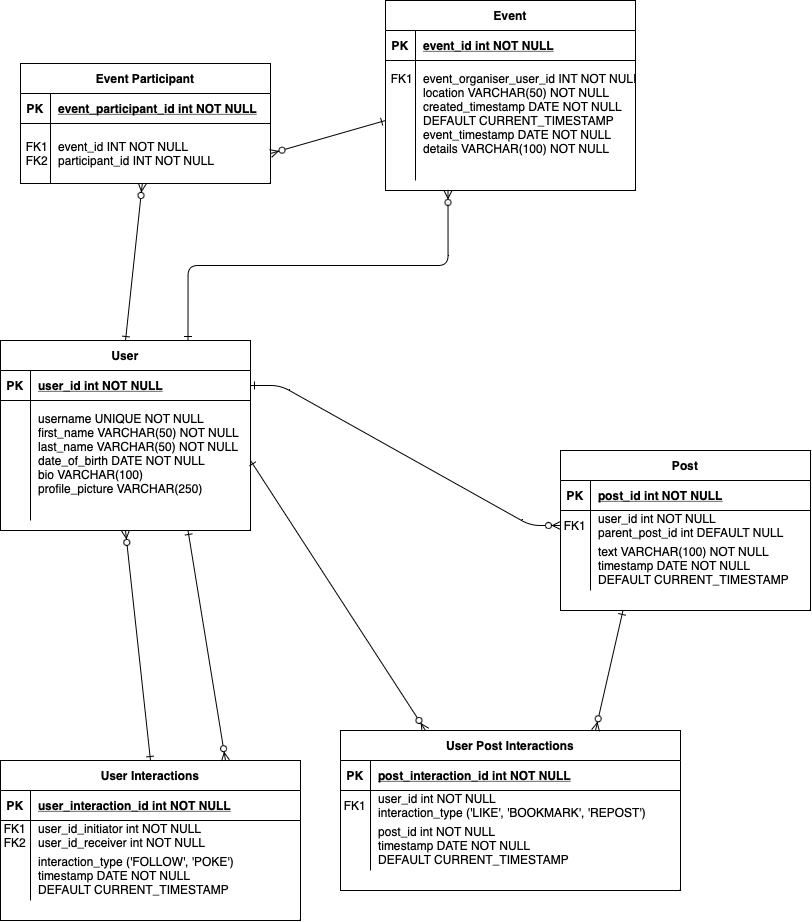
This is ERD NodeJS.png from andreihodoroaga/avengers-social-network, a draw.io export, as it was before one commit. Source tidied: cells renumbered, new cells last; positions are measured from the earlier drawing's top-left corner, leaving out a move shared by most shapes.
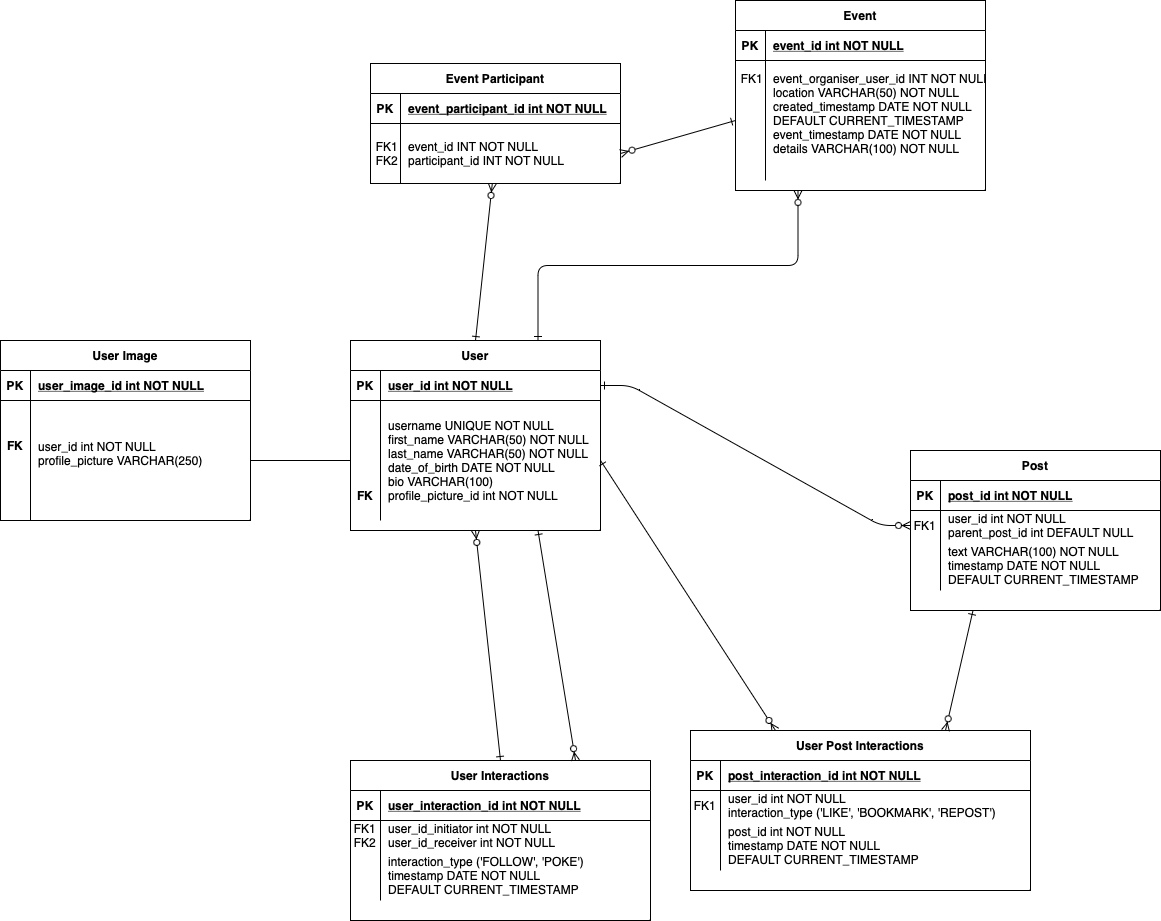
After the commit.

Commit message:
Update ERD to include 1-to-1 relationship

The edit, as a diff of the source:
```diff
@@ -86,7 +86,7 @@
     <mxCell id="29" style="shape=partialRectangle;overflow=hidden;fillColor=none;top=0;left=0;bottom=0;right=0;" parent="28" vertex="1">
       <mxGeometry width="30" height="120" as="geometry" />
     </mxCell>
-    <mxCell id="30" value="username UNIQUE NOT NULL&#10;first_name VARCHAR(50) NOT NULL&#10;last_name VARCHAR(50) NOT NULL&#10;date_of_birth DATE NOT NULL &#10;bio VARCHAR(100) &#10;profile_picture VARCHAR(250)&#10;" style="shape=partialRectangle;overflow=hidden;fillColor=none;top=0;left=0;bottom=0;right=0;align=left;spacingLeft=6;" parent="28" vertex="1">
+    <mxCell id="30" value="username UNIQUE NOT NULL&#10;first_name VARCHAR(50) NOT NULL&#10;last_name VARCHAR(50) NOT NULL&#10;date_of_birth DATE NOT NULL &#10;bio VARCHAR(100) &#10;profile_picture_id int NOT NULL" style="shape=partialRectangle;overflow=hidden;fillColor=none;top=0;left=0;bottom=0;right=0;align=left;spacingLeft=6;" parent="28" vertex="1">
       <mxGeometry x="30" width="220" height="120" as="geometry" />
     </mxCell>
     <mxCell id="31" style="endArrow=ERzeroToMany;startArrow=ERone;endFill=1;startFill=0;entryX=0.75;entryY=0;entryDx=0;entryDy=0;exitX=0.25;exitY=1;exitDx=0;exitDy=0;" parent="1" edge="1" source="4" target="14">
@@ -188,5 +188,35 @@
     <mxCell id="63" style="endArrow=ERzeroToMany;startArrow=ERone;endFill=1;startFill=0;exitX=0;exitY=0.5;exitDx=0;exitDy=0;entryX=1;entryY=0.5;entryDx=0;entryDy=0;" parent="1" edge="1" source="48" target="58">
       <mxGeometry relative="1" as="geometry" />
     </mxCell>
+    <mxCell id="64" value="User Image" style="shape=table;startSize=30;rowLines=0;fontStyle=1;align=center;" parent="1" vertex="1">
+      <mxGeometry x="-350" y="340" width="250" height="180" as="geometry" />
+    </mxCell>
+    <mxCell id="65" style="shape=partialRectangle;fillColor=none;top=0;left=0;right=0;bottom=1;" parent="64" vertex="1">
+      <mxGeometry y="30" width="250" height="30" as="geometry" />
+    </mxCell>
+    <mxCell id="66" value="PK" style="shape=partialRectangle;overflow=hidden;fillColor=none;top=0;left=0;bottom=0;right=0;fontStyle=1;" parent="65" vertex="1">
+      <mxGeometry width="30" height="30" as="geometry" />
+    </mxCell>
+    <mxCell id="67" value="user_image_id int NOT NULL " style="shape=partialRectangle;overflow=hidden;fillColor=none;top=0;left=0;bottom=0;right=0;align=left;spacingLeft=6;fontStyle=5;" parent="65" vertex="1">
+      <mxGeometry x="30" width="220" height="30" as="geometry" />
+    </mxCell>
+    <mxCell id="68" style="shape=partialRectangle;fillColor=none;points=[[0,0.5],[1,0.5]];portConstraint=eastwest;top=0;left=0;right=0;bottom=0;" parent="64" vertex="1">
+      <mxGeometry y="60" width="250" height="120" as="geometry" />
+    </mxCell>
+    <mxCell id="69" style="shape=partialRectangle;overflow=hidden;fillColor=none;top=0;left=0;bottom=0;right=0;" parent="68" vertex="1">
+      <mxGeometry width="30" height="120" as="geometry" />
+    </mxCell>
+    <mxCell id="70" value="user_id int NOT NULL &#10;profile_picture VARCHAR(250)&#10;" style="shape=partialRectangle;overflow=hidden;fillColor=none;top=0;left=0;bottom=0;right=0;align=left;spacingLeft=6;" parent="68" vertex="1">
+      <mxGeometry x="30" width="220" height="120" as="geometry" />
+    </mxCell>
+    <mxCell id="71" value="FK" style="shape=partialRectangle;overflow=hidden;fillColor=none;top=0;left=0;bottom=0;right=0;fontStyle=1;" parent="1" vertex="1">
+      <mxGeometry x="-350" y="430" width="30" height="30" as="geometry" />
+    </mxCell>
+    <mxCell id="72" value="FK" style="shape=partialRectangle;overflow=hidden;fillColor=none;top=0;left=0;bottom=0;right=0;fontStyle=1;" parent="1" vertex="1">
+      <mxGeometry y="480" width="30" height="30" as="geometry" />
+    </mxCell>
+    <mxCell id="73" style="endArrow=none;html=1;rounded=0;exitX=1;exitY=0.5;exitDx=0;exitDy=0;" parent="1" edge="1" source="68" target="28">
+      <mxGeometry relative="1" as="geometry" />
+    </mxCell>
   </root>
 </mxGraphModel>
```
